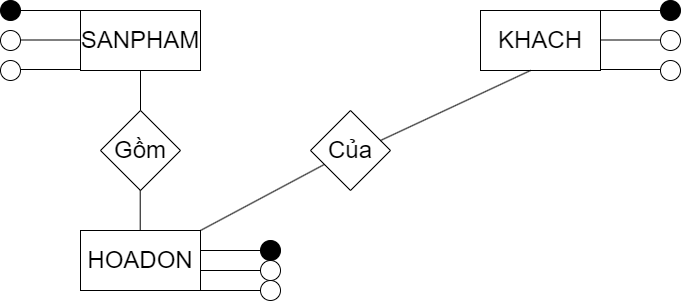
The draw.io diagram Chương 3 QT1(Mô hình hóa).png in datnham0212/learning, before a commit. Source tidied: cells renumbered, new cells last; positions are measured from the earlier drawing's top-left corner, leaving out a move shared by most shapes.
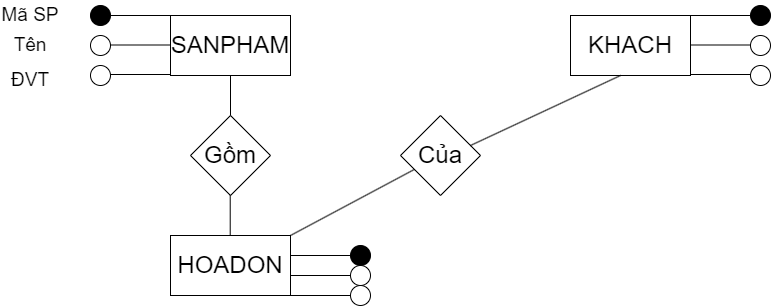
Later version of the same file.

The edit, as a diff of the source:
```diff
@@ -120,5 +120,14 @@
     <mxCell id="28" style="ellipse;whiteSpace=wrap;html=1;" parent="1" vertex="1">
       <mxGeometry y="60" width="20" height="20" as="geometry" />
     </mxCell>
+    <mxCell id="29" value="Mã SP" style="text;html=1;strokeColor=none;fillColor=none;align=center;verticalAlign=middle;whiteSpace=wrap;rounded=0;fontSize=19;" parent="1" vertex="1">
+      <mxGeometry x="-90" y="-5" width="60" height="30" as="geometry" />
+    </mxCell>
+    <mxCell id="30" value="Tên" style="text;html=1;strokeColor=none;fillColor=none;align=center;verticalAlign=middle;whiteSpace=wrap;rounded=0;fontSize=19;" parent="1" vertex="1">
+      <mxGeometry x="-90" y="25" width="60" height="30" as="geometry" />
+    </mxCell>
+    <mxCell id="31" value="ĐVT" style="text;html=1;strokeColor=none;fillColor=none;align=center;verticalAlign=middle;whiteSpace=wrap;rounded=0;fontSize=19;" parent="1" vertex="1">
+      <mxGeometry x="-90" y="60" width="60" height="30" as="geometry" />
+    </mxCell>
   </root>
 </mxGraphModel>
```
